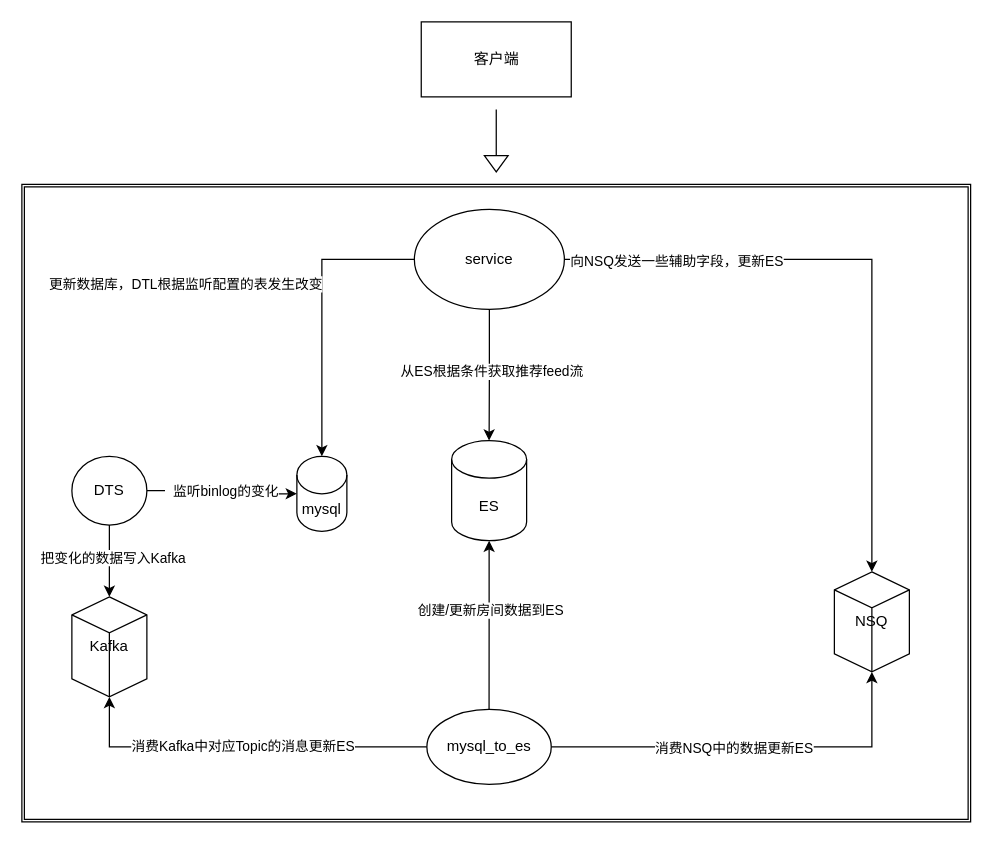
This is Untitled Diagram.drawio from KyrieZheng/blog, a draw.io file, before an edit. Source tidied: cells renumbered, new cells numbered last; positions are measured from the earlier drawing's top-left corner, leaving out a move shared by most shapes. Both pictures are drawn from the tidied source at 125%, with x=0, y=0 at pixel (21, 21).
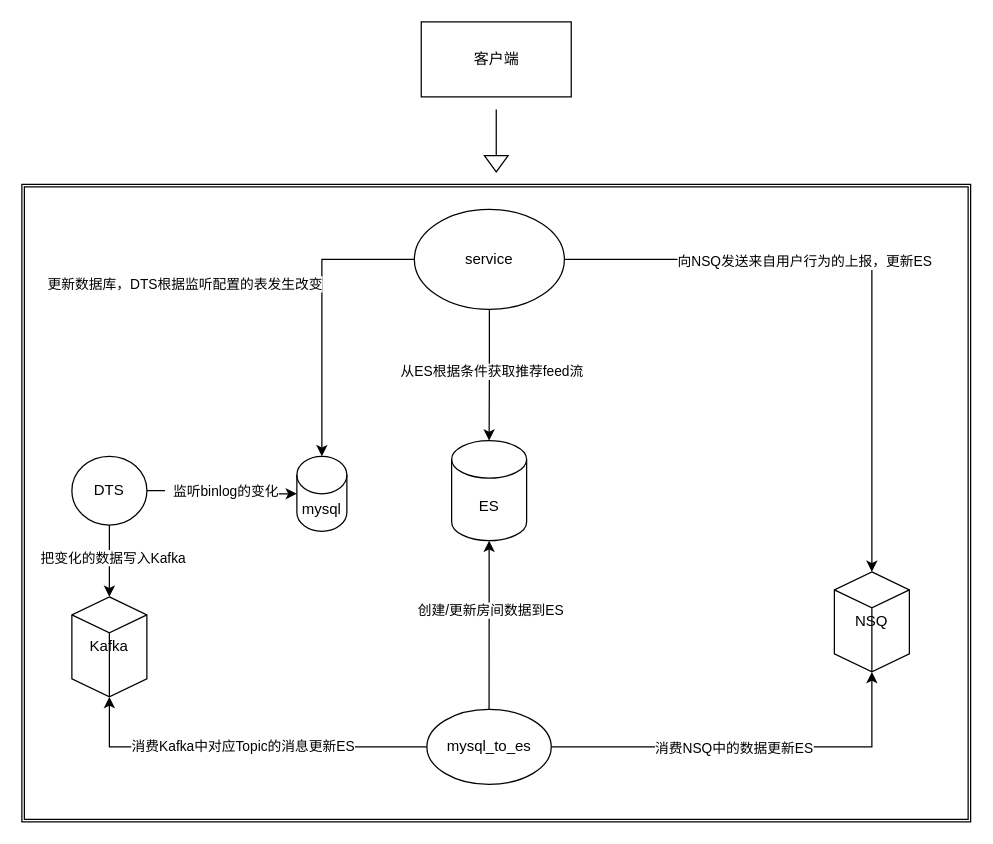
After the change.

The change refers to these unchanged cells:
```xml
<mxCell id="19" style="edgeStyle=orthogonalEdgeStyle;rounded=0;jettySize=auto;html=1;" parent="1" edge="1" source="25" target="17">
  <mxGeometry relative="1" as="geometry" />
</mxCell>
<mxCell id="21" style="edgeStyle=orthogonalEdgeStyle;rounded=0;jettySize=auto;html=1;" parent="1" edge="1" source="25" target="5">
  <mxGeometry relative="1" as="geometry" />
</mxCell>
```

What changed in the source:
```diff
@@
-    <mxCell id="20" value="向NSQ发送一些辅助字段，更新ES" style="edgeLabel;html=1;align=center;verticalAlign=middle;" parent="19" vertex="1">
+    <mxCell id="20" value="向NSQ发送来自用户行为的上报，更新ES" style="edgeLabel;html=1;align=left;verticalAlign=middle;" parent="19" vertex="1">
       <mxGeometry x="-0.64" y="-1" relative="1" as="geometry" />
     </mxCell>
@@
-    <mxCell id="22" value="更新数据库，DTL根据监听配置的表发生改变" style="edgeLabel;html=1;align=right;verticalAlign=middle;" parent="21" vertex="1">
+    <mxCell id="22" value="更新数据库，DTS根据监听配置的表发生改变" style="edgeLabel;html=1;align=right;verticalAlign=middle;" parent="21" vertex="1">
       <mxGeometry x="-0.2" y="1" relative="1" as="geometry" />
     </mxCell>
```
